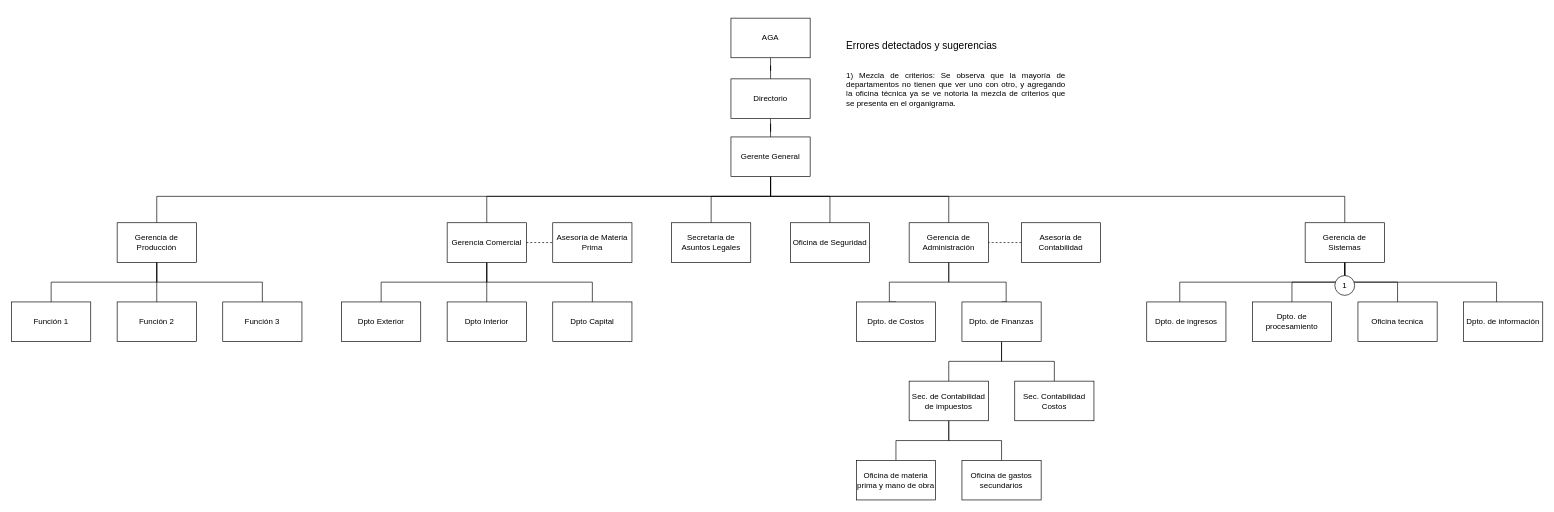
This is SyO-Iluminati.drawio from leonefrain86/SyO, a draw.io file, before an edit. Source tidied: cells renumbered, new cells numbered last; positions are measured from the earlier drawing's top-left corner, leaving out a move shared by most shapes. Both pictures are drawn from the tidied source at 66%, with x=0, y=0 at pixel (11, 18).
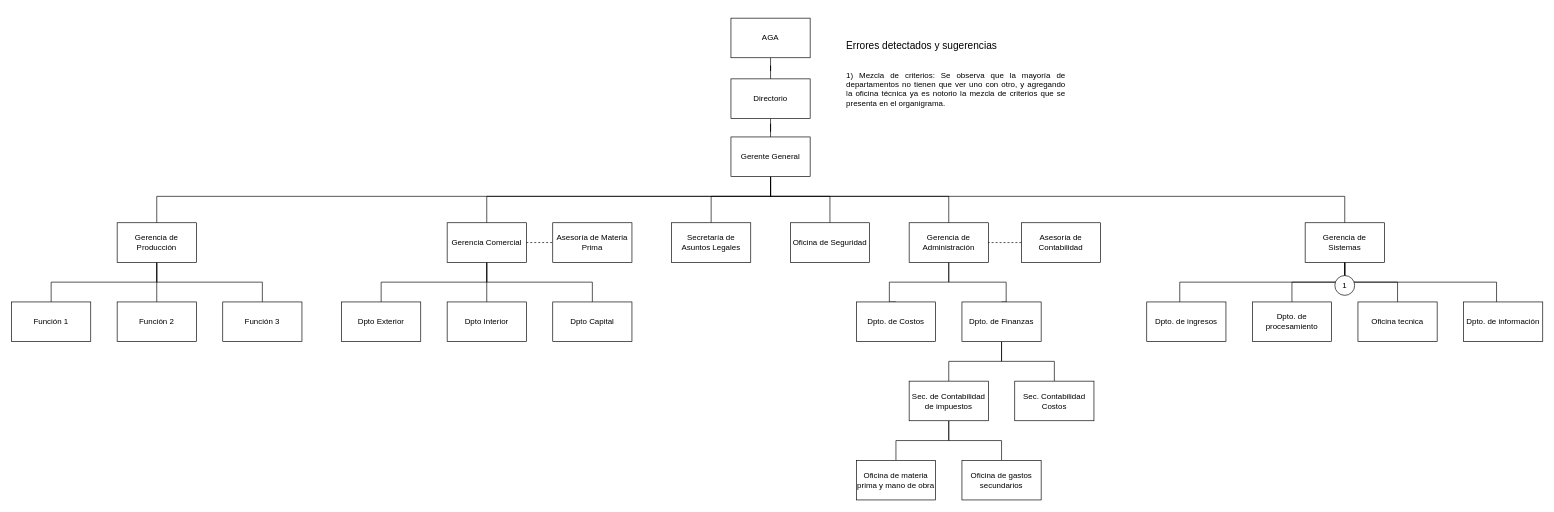
After the change.

The edit, as a diff of the source:
```diff
@@
-    <mxCell id="56" value="&lt;h1&gt;&lt;/h1&gt;&lt;span id=&quot;docs-internal-guid-3b07e593-7fff-fd05-10c5-be9083cdeb51&quot;&gt;&lt;h1 dir=&quot;ltr&quot; style=&quot;text-align: justify ; line-height: 1.38 ; margin-top: 24pt ; margin-bottom: 0pt ; padding: 0pt 0pt 6pt&quot;&gt;&lt;span style=&quot;font-size: 11.5pt ; font-family: &amp;#34;arial&amp;#34; ; background-color: transparent ; font-weight: 400 ; vertical-align: baseline&quot;&gt;Errores detectados y sugerencias&lt;/span&gt;&lt;/h1&gt;&lt;p dir=&quot;ltr&quot; style=&quot;text-align: justify ; line-height: 1.38 ; margin-top: 0pt ; margin-bottom: 0pt&quot;&gt;&lt;br&gt;&lt;/p&gt;&lt;div style=&quot;text-align: justify&quot;&gt;&lt;font style=&quot;font-family: &amp;#34;arial&amp;#34; ; font-size: 9pt ; vertical-align: inherit&quot;&gt;1) Mezcla de criterios: Se observa que la mayoría de departamentos no tienen que ver uno con otro, y agregando la oficina técnica ya se ve notoria la mezcla de criterios que se presenta en el organigrama.&amp;nbsp;&lt;/font&gt;&lt;/div&gt;&lt;/span&gt;" style="text;html=1;strokeColor=none;fillColor=none;spacing=5;spacingTop=-20;whiteSpace=wrap;overflow=hidden;rounded=0;" parent="1" vertex="1">
+    <mxCell id="56" value="&lt;h1&gt;&lt;/h1&gt;&lt;span id=&quot;docs-internal-guid-3b07e593-7fff-fd05-10c5-be9083cdeb51&quot;&gt;&lt;h1 dir=&quot;ltr&quot; style=&quot;text-align: justify ; line-height: 1.38 ; margin-top: 24pt ; margin-bottom: 0pt ; padding: 0pt 0pt 6pt&quot;&gt;&lt;span style=&quot;font-size: 11.5pt ; font-family: &amp;#34;arial&amp;#34; ; background-color: transparent ; font-weight: 400 ; vertical-align: baseline&quot;&gt;Errores detectados y sugerencias&lt;/span&gt;&lt;/h1&gt;&lt;p dir=&quot;ltr&quot; style=&quot;text-align: justify ; line-height: 1.38 ; margin-top: 0pt ; margin-bottom: 0pt&quot;&gt;&lt;br&gt;&lt;/p&gt;&lt;div style=&quot;text-align: justify&quot;&gt;&lt;font style=&quot;font-family: &amp;#34;arial&amp;#34; ; font-size: 9pt ; vertical-align: inherit&quot;&gt;1) Mezcla de criterios: Se observa que la mayoría de departamentos no tienen que ver uno con otro, y agregando la oficina técnica ya es notorio la mezcla de criterios que se presenta en el organigrama.&amp;nbsp;&lt;/font&gt;&lt;/div&gt;&lt;/span&gt;" style="text;html=1;strokeColor=none;fillColor=none;spacing=5;spacingTop=-20;whiteSpace=wrap;overflow=hidden;rounded=0;" parent="1" vertex="1">
       <mxGeometry x="1260" width="340" height="170" as="geometry" />
     </mxCell>
```
